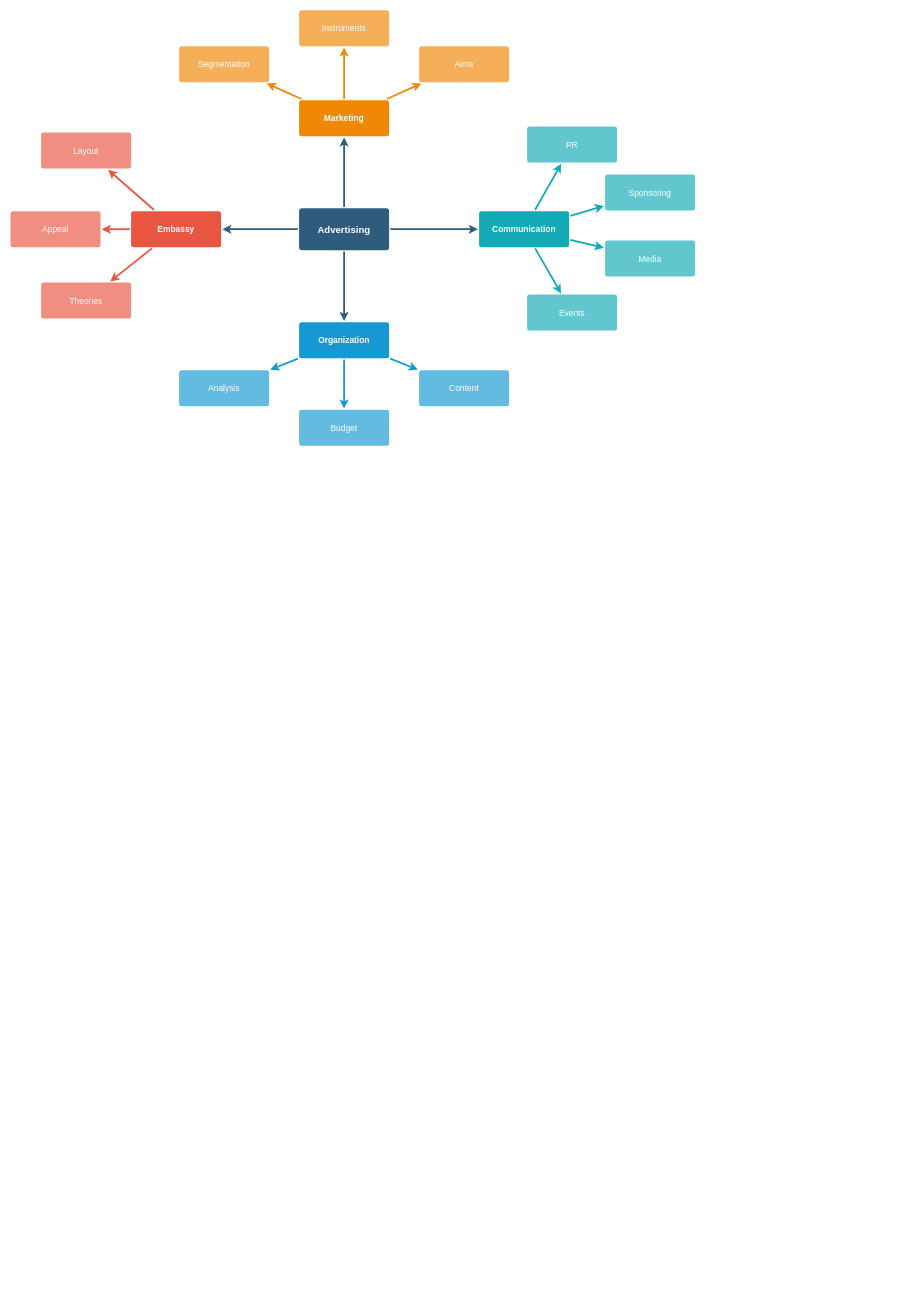
Above: xiangshan_memory.drawio in happy-lx/drawio (draw.io), before the change. Source tidied: cells renumbered, new cells numbered last; positions are measured from the earlier drawing's top-left corner, leaving out a move shared by most shapes. Both pictures are drawn from the tidied source at 60%, with x=0, y=0 at pixel (10, 10).
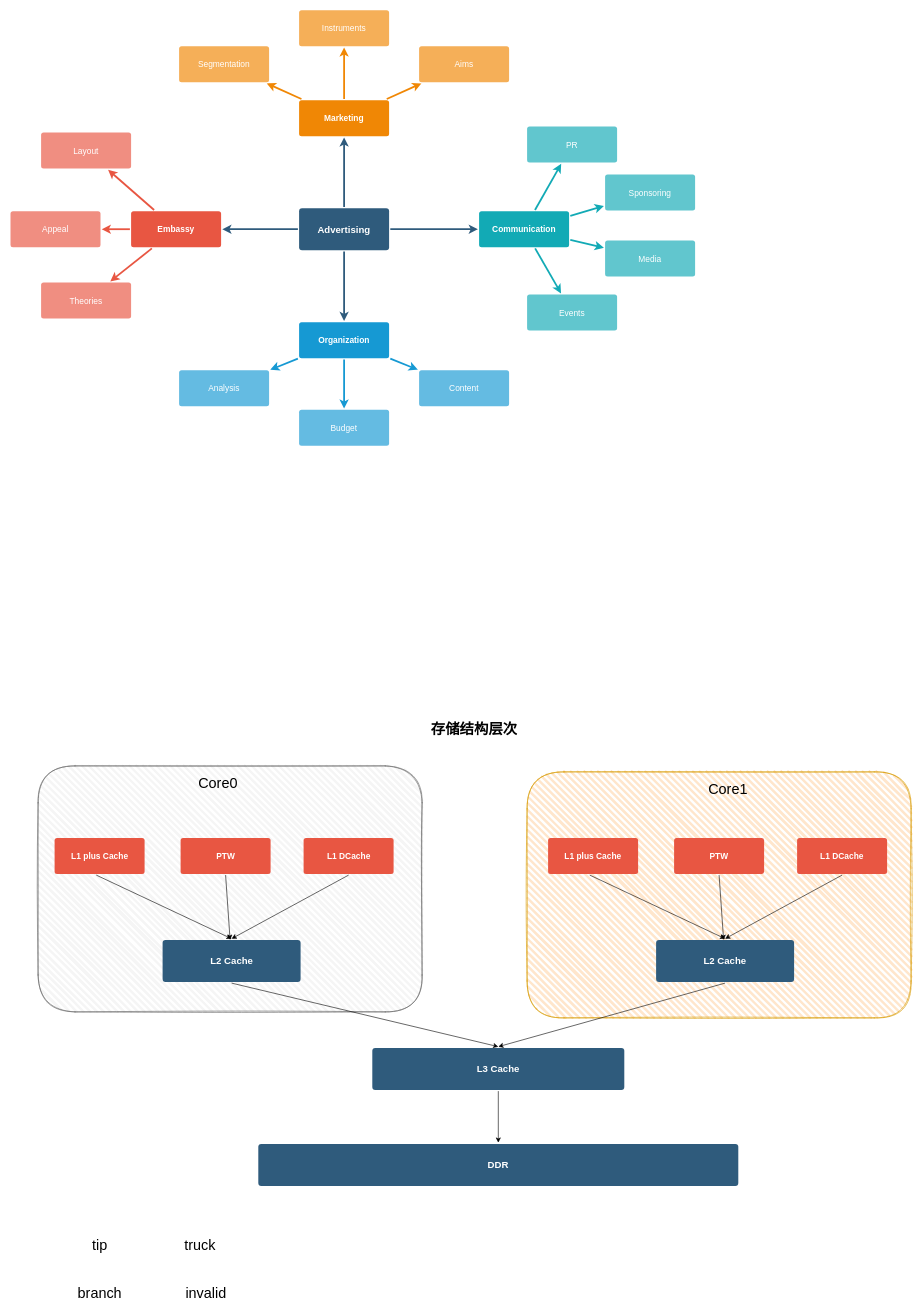
After the change.

The edit, as a diff of the source:
```diff
@@
+    <mxCell id="37" style="rounded=1;whiteSpace=wrap;html=1;strokeWidth=1;fillWeight=4;hachureGap=8;hachureAngle=45;fillColor=#ffe6cc;sketch=1;strokeColor=#d79b00;" parent="1" vertex="1">
+      <mxGeometry x="861" y="1270" width="640" height="410" as="geometry" />
+    </mxCell>
+    <mxCell id="38" style="rounded=1;whiteSpace=wrap;html=1;strokeWidth=1;fillWeight=4;hachureGap=8;hachureAngle=45;fillColor=#f5f5f5;sketch=1;strokeColor=#666666;fontColor=#333333;" parent="1" vertex="1">
+      <mxGeometry x="46" y="1260" width="640" height="410" as="geometry" />
+    </mxCell>
@@
+    <mxCell id="39" value="L2 Cache" style="rounded=1;whiteSpace=wrap;html=1;shadow=0;labelBackgroundColor=none;strokeColor=none;strokeWidth=3;fillColor=#2F5B7C;fontFamily=Helvetica;fontSize=16;fontColor=#FFFFFF;align=center;fontStyle=1;spacing=5;arcSize=7;perimeterSpacing=2;" parent="1" vertex="1">
+      <mxGeometry x="253.5" y="1550" width="230" height="70" as="geometry" />
+    </mxCell>
+    <mxCell id="40" style="edgeStyle=orthogonalEdgeStyle;rounded=0;jettySize=auto;html=1;exitX=0.5;exitY=1;exitDx=0;exitDy=0;entryX=0.5;entryY=0;entryDx=0;entryDy=0;" parent="1" edge="1" source="41" target="45">
+      <mxGeometry relative="1" as="geometry" />
+    </mxCell>
+    <mxCell id="41" value="L3 Cache" style="rounded=1;whiteSpace=wrap;html=1;shadow=0;labelBackgroundColor=none;strokeColor=none;strokeWidth=3;fillColor=#2F5B7C;fontFamily=Helvetica;fontSize=16;fontColor=#FFFFFF;align=center;fontStyle=1;spacing=5;arcSize=7;perimeterSpacing=2;" parent="1" vertex="1">
+      <mxGeometry x="603" y="1730" width="420" height="70" as="geometry" />
+    </mxCell>
+    <mxCell id="42" value="L1 DCache" style="rounded=1;whiteSpace=wrap;html=1;shadow=0;labelBackgroundColor=none;strokeColor=none;strokeWidth=3;fillColor=#e85642;fontFamily=Helvetica;fontSize=14;fontColor=#FFFFFF;align=center;spacing=5;fontStyle=1;arcSize=7;perimeterSpacing=2;" parent="1" vertex="1">
+      <mxGeometry x="488.5" y="1380" width="150" height="60" as="geometry" />
+    </mxCell>
+    <mxCell id="43" value="PTW" style="rounded=1;whiteSpace=wrap;html=1;shadow=0;labelBackgroundColor=none;strokeColor=none;strokeWidth=3;fillColor=#e85642;fontFamily=Helvetica;fontSize=14;fontColor=#FFFFFF;align=center;spacing=5;fontStyle=1;arcSize=7;perimeterSpacing=2;" parent="1" vertex="1">
+      <mxGeometry x="283.5" y="1380" width="150" height="60" as="geometry" />
+    </mxCell>
+    <mxCell id="44" value="L1 plus Cache" style="rounded=1;whiteSpace=wrap;html=1;shadow=0;labelBackgroundColor=none;strokeColor=none;strokeWidth=3;fillColor=#e85642;fontFamily=Helvetica;fontSize=14;fontColor=#FFFFFF;align=center;spacing=5;fontStyle=1;arcSize=7;perimeterSpacing=2;" parent="1" vertex="1">
+      <mxGeometry x="73.5" y="1380" width="150" height="60" as="geometry" />
+    </mxCell>
+    <mxCell id="45" value="DDR" style="rounded=1;whiteSpace=wrap;html=1;shadow=0;labelBackgroundColor=none;strokeColor=none;strokeWidth=3;fillColor=#2F5B7C;fontFamily=Helvetica;fontSize=16;fontColor=#FFFFFF;align=center;fontStyle=1;spacing=5;arcSize=7;perimeterSpacing=2;" parent="1" vertex="1">
+      <mxGeometry x="413" y="1890" width="800" height="70" as="geometry" />
+    </mxCell>
+    <mxCell id="46" style="endArrow=classic;html=1;exitX=0.464;exitY=1;exitDx=0;exitDy=0;exitPerimeter=0;entryX=0.5;entryY=0;entryDx=0;entryDy=0;" parent="1" edge="1" source="44" target="39">
+      <mxGeometry relative="1" as="geometry" />
+    </mxCell>
+    <mxCell id="47" style="endArrow=classic;html=1;exitX=0.5;exitY=1;exitDx=0;exitDy=0;" parent="1" edge="1" source="43">
+      <mxGeometry relative="1" as="geometry">
+        <mxPoint x="366" y="1550" as="targetPoint" />
+      </mxGeometry>
+    </mxCell>
+    <mxCell id="48" style="endArrow=classic;html=1;exitX=0.5;exitY=1;exitDx=0;exitDy=0;entryX=0.5;entryY=0;entryDx=0;entryDy=0;" parent="1" edge="1" source="42" target="39">
+      <mxGeometry relative="1" as="geometry" />
+    </mxCell>
+    <mxCell id="49" value="L2 Cache" style="rounded=1;whiteSpace=wrap;html=1;shadow=0;labelBackgroundColor=none;strokeColor=none;strokeWidth=3;fillColor=#2F5B7C;fontFamily=Helvetica;fontSize=16;fontColor=#FFFFFF;align=center;fontStyle=1;spacing=5;arcSize=7;perimeterSpacing=2;" parent="1" vertex="1">
+      <mxGeometry x="1076" y="1550" width="230" height="70" as="geometry" />
+    </mxCell>
+    <mxCell id="50" value="L1 DCache" style="rounded=1;whiteSpace=wrap;html=1;shadow=0;labelBackgroundColor=none;strokeColor=none;strokeWidth=3;fillColor=#e85642;fontFamily=Helvetica;fontSize=14;fontColor=#FFFFFF;align=center;spacing=5;fontStyle=1;arcSize=7;perimeterSpacing=2;" parent="1" vertex="1">
+      <mxGeometry x="1311" y="1380" width="150" height="60" as="geometry" />
+    </mxCell>
+    <mxCell id="51" value="PTW" style="rounded=1;whiteSpace=wrap;html=1;shadow=0;labelBackgroundColor=none;strokeColor=none;strokeWidth=3;fillColor=#e85642;fontFamily=Helvetica;fontSize=14;fontColor=#FFFFFF;align=center;spacing=5;fontStyle=1;arcSize=7;perimeterSpacing=2;" parent="1" vertex="1">
+      <mxGeometry x="1106" y="1380" width="150" height="60" as="geometry" />
+    </mxCell>
+    <mxCell id="52" value="L1 plus Cache" style="rounded=1;whiteSpace=wrap;html=1;shadow=0;labelBackgroundColor=none;strokeColor=none;strokeWidth=3;fillColor=#e85642;fontFamily=Helvetica;fontSize=14;fontColor=#FFFFFF;align=center;spacing=5;fontStyle=1;arcSize=7;perimeterSpacing=2;" parent="1" vertex="1">
+      <mxGeometry x="896" y="1380" width="150" height="60" as="geometry" />
+    </mxCell>
+    <mxCell id="53" style="endArrow=classic;html=1;exitX=0.464;exitY=1;exitDx=0;exitDy=0;exitPerimeter=0;entryX=0.5;entryY=0;entryDx=0;entryDy=0;" parent="1" edge="1" source="52" target="49">
+      <mxGeometry relative="1" as="geometry" />
+    </mxCell>
+    <mxCell id="54" style="endArrow=classic;html=1;exitX=0.5;exitY=1;exitDx=0;exitDy=0;" parent="1" edge="1" source="51">
+      <mxGeometry relative="1" as="geometry">
+        <mxPoint x="1188.5" y="1550" as="targetPoint" />
+      </mxGeometry>
+    </mxCell>
+    <mxCell id="55" style="endArrow=classic;html=1;exitX=0.5;exitY=1;exitDx=0;exitDy=0;entryX=0.5;entryY=0;entryDx=0;entryDy=0;" parent="1" edge="1" source="50" target="49">
+      <mxGeometry relative="1" as="geometry" />
+    </mxCell>
+    <mxCell id="56" style="endArrow=classic;html=1;exitX=0.5;exitY=1;exitDx=0;exitDy=0;entryX=0.5;entryY=0;entryDx=0;entryDy=0;" parent="1" edge="1" source="39" target="41">
+      <mxGeometry relative="1" as="geometry" />
+    </mxCell>
+    <mxCell id="57" style="endArrow=classic;html=1;exitX=0.5;exitY=1;exitDx=0;exitDy=0;entryX=0.5;entryY=0;entryDx=0;entryDy=0;" parent="1" edge="1" source="49" target="41">
+      <mxGeometry relative="1" as="geometry" />
+    </mxCell>
+    <mxCell id="58" value="&lt;font style=&quot;font-size: 24px&quot;&gt;Core0&lt;/font&gt;" style="text;html=1;strokeColor=none;fillColor=none;align=center;verticalAlign=middle;whiteSpace=wrap;rounded=0;" parent="1" vertex="1">
+      <mxGeometry x="326" y="1280" width="40" height="20" as="geometry" />
+    </mxCell>
+    <mxCell id="59" value="&lt;font style=&quot;font-size: 24px&quot;&gt;Core1&lt;/font&gt;" style="text;html=1;strokeColor=none;fillColor=none;align=center;verticalAlign=middle;whiteSpace=wrap;rounded=0;" parent="1" vertex="1">
+      <mxGeometry x="1176" y="1290" width="40" height="20" as="geometry" />
+    </mxCell>
+    <mxCell id="60" value="&lt;h1&gt;存储结构层次&lt;/h1&gt;" style="text;html=1;strokeColor=none;fillColor=none;spacing=5;spacingTop=-20;whiteSpace=wrap;overflow=hidden;rounded=0;" parent="1" vertex="1">
+      <mxGeometry x="696" y="1180" width="200" height="50" as="geometry" />
+    </mxCell>
+    <mxCell id="61" value="&lt;font style=&quot;font-size: 24px&quot;&gt;tip&lt;/font&gt;" style="text;html=1;strokeColor=none;fillColor=none;align=center;verticalAlign=middle;whiteSpace=wrap;rounded=0;" parent="1" vertex="1">
+      <mxGeometry x="128.5" y="2050" width="40" height="20" as="geometry" />
+    </mxCell>
+    <mxCell id="62" value="&lt;font style=&quot;font-size: 24px&quot;&gt;truck&lt;/font&gt;" style="text;html=1;strokeColor=none;fillColor=none;align=center;verticalAlign=middle;whiteSpace=wrap;rounded=0;" parent="1" vertex="1">
+      <mxGeometry x="296" y="2050" width="40" height="20" as="geometry" />
+    </mxCell>
+    <mxCell id="63" value="&lt;font style=&quot;font-size: 24px&quot;&gt;branch&lt;/font&gt;" style="text;html=1;strokeColor=none;fillColor=none;align=center;verticalAlign=middle;whiteSpace=wrap;rounded=0;" parent="1" vertex="1">
+      <mxGeometry x="128.5" y="2130" width="40" height="20" as="geometry" />
+    </mxCell>
+    <mxCell id="64" value="&lt;font style=&quot;font-size: 24px&quot;&gt;invalid&lt;/font&gt;" style="text;html=1;strokeColor=none;fillColor=none;align=center;verticalAlign=middle;whiteSpace=wrap;rounded=0;" parent="1" vertex="1">
+      <mxGeometry x="306" y="2130" width="40" height="20" as="geometry" />
+    </mxCell>
```
